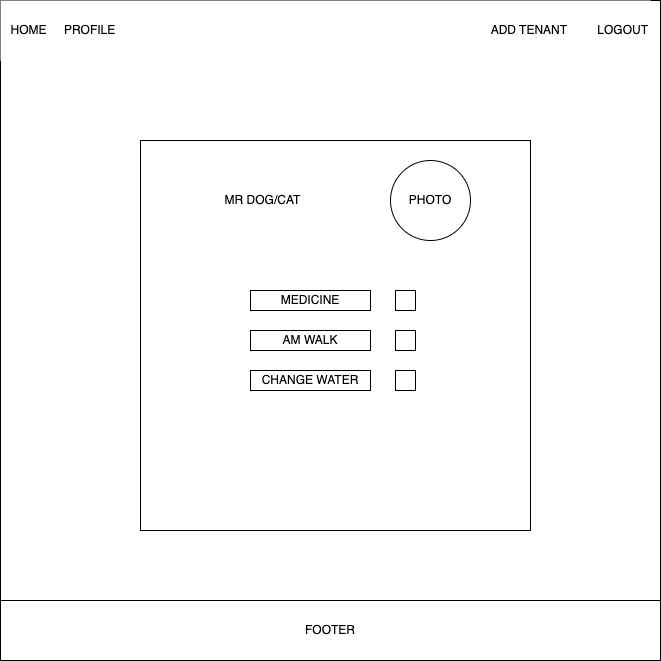
Earlier version of the draw.io export wireframes/tenant-screen.drawio.png (mHaines9219/ShelterHelper). Source tidied: cells renumbered, new cells last; positions are measured from the earlier drawing's top-left corner, leaving out a move shared by most shapes.
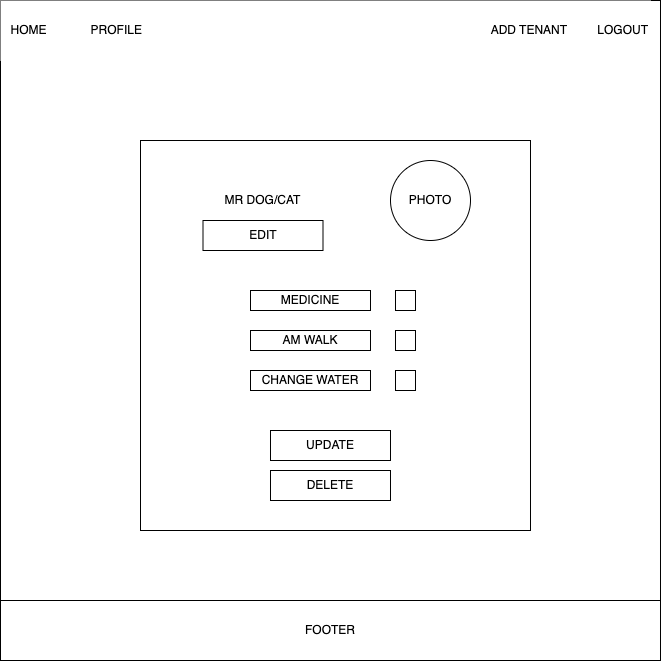
After the commit.

The edit, as a diff of the source:
```diff
@@ -5,7 +5,7 @@
     <mxCell id="2" style="whiteSpace=wrap;html=1;" parent="1" vertex="1">
       <mxGeometry width="660" height="660" as="geometry" />
     </mxCell>
-    <mxCell id="3" value="&lt;div style=&quot;&quot;&gt;&lt;span style=&quot;background-color: initial;&quot;&gt;HOME&lt;span style=&quot;white-space: pre;&quot;&gt;&#9;&lt;/span&gt;PROFILE&lt;span style=&quot;white-space: pre;&quot;&gt;&#9;&lt;/span&gt;&lt;span style=&quot;white-space: pre;&quot;&gt;&#9;&lt;/span&gt;&lt;span style=&quot;white-space: pre;&quot;&gt;&#9;&lt;/span&gt;&lt;span style=&quot;white-space: pre;&quot;&gt;&#9;&lt;/span&gt;&lt;span style=&quot;white-space: pre;&quot;&gt;&#9;&lt;/span&gt;&lt;span style=&quot;white-space: pre;&quot;&gt;&#9;&lt;/span&gt;&lt;span style=&quot;white-space: pre;&quot;&gt;&#9;&lt;/span&gt;&lt;span style=&quot;white-space: pre;&quot;&gt;&#9;&lt;/span&gt;&lt;span style=&quot;white-space: pre;&quot;&gt;&#9;&lt;/span&gt;&lt;span style=&quot;white-space: pre;&quot;&gt;&#9;&lt;/span&gt;&lt;span style=&quot;white-space: pre;&quot;&gt;&#9;&lt;/span&gt;&lt;span style=&quot;white-space: pre;&quot;&gt;&#9;&lt;span style=&quot;white-space: pre;&quot;&gt;&#9;&lt;/span&gt;&lt;span style=&quot;white-space: pre;&quot;&gt;&#9;&lt;/span&gt;&lt;span style=&quot;white-space: pre;&quot;&gt;&#9;&lt;/span&gt;A&lt;/span&gt;DD TENANT&lt;span style=&quot;white-space: pre;&quot;&gt;&#9;&lt;/span&gt;&lt;span style=&quot;white-space: pre;&quot;&gt;&#9;&lt;/span&gt;&lt;/span&gt;&lt;span style=&quot;background-color: initial;&quot;&gt;LOGOUT&lt;/span&gt;&lt;/div&gt;" style="rounded=0;whiteSpace=wrap;html=1;align=right;strokeColor=none;" parent="1" vertex="1">
+    <mxCell id="3" value="&lt;div style=&quot;&quot;&gt;&lt;span style=&quot;background-color: initial;&quot;&gt;HOME&lt;span style=&quot;white-space: pre;&quot;&gt;&#9;&lt;span style=&quot;white-space: pre;&quot;&gt;&#9;&lt;/span&gt;&lt;/span&gt;PROFILE&lt;span style=&quot;white-space: pre;&quot;&gt;&#9;&lt;/span&gt;&lt;span style=&quot;white-space: pre;&quot;&gt;&#9;&lt;/span&gt;&lt;span style=&quot;white-space: pre;&quot;&gt;&#9;&lt;/span&gt;&lt;span style=&quot;white-space: pre;&quot;&gt;&#9;&lt;/span&gt;&lt;span style=&quot;white-space: pre;&quot;&gt;&#9;&lt;/span&gt;&lt;span style=&quot;white-space: pre;&quot;&gt;&#9;&lt;/span&gt;&lt;span style=&quot;white-space: pre;&quot;&gt;&#9;&lt;/span&gt;&lt;span style=&quot;white-space: pre;&quot;&gt;&#9;&lt;/span&gt;&lt;span style=&quot;white-space: pre;&quot;&gt;&#9;&lt;/span&gt;&lt;span style=&quot;white-space: pre;&quot;&gt;&#9;&lt;/span&gt;&lt;span style=&quot;white-space: pre;&quot;&gt;&#9;&lt;span style=&quot;white-space: pre;&quot;&gt;&#9;&lt;/span&gt;&lt;span style=&quot;white-space: pre;&quot;&gt;&#9;&lt;/span&gt;&lt;span style=&quot;white-space: pre;&quot;&gt;&#9;&lt;/span&gt;A&lt;/span&gt;DD TENANT&lt;span style=&quot;white-space: pre;&quot;&gt;&#9;&lt;/span&gt;&lt;span style=&quot;white-space: pre;&quot;&gt;&#9;&lt;/span&gt;&lt;/span&gt;&lt;span style=&quot;background-color: initial;&quot;&gt;LOGOUT&lt;/span&gt;&lt;/div&gt;" style="rounded=0;whiteSpace=wrap;html=1;align=right;strokeColor=none;" parent="1" vertex="1">
       <mxGeometry width="650" height="60" as="geometry" />
     </mxCell>
     <mxCell id="4" value="FOOTER" style="rounded=0;whiteSpace=wrap;html=1;" parent="1" vertex="1">
@@ -38,5 +38,14 @@
     <mxCell id="13" value="CHANGE WATER" style="rounded=0;whiteSpace=wrap;html=1;" parent="1" vertex="1">
       <mxGeometry x="250" y="370" width="120" height="20" as="geometry" />
     </mxCell>
+    <mxCell id="14" value="EDIT" style="rounded=0;whiteSpace=wrap;html=1;" parent="1" vertex="1">
+      <mxGeometry x="202.5" y="220" width="120" height="30" as="geometry" />
+    </mxCell>
+    <mxCell id="15" value="UPDATE" style="rounded=0;whiteSpace=wrap;html=1;" parent="1" vertex="1">
+      <mxGeometry x="270" y="430" width="120" height="30" as="geometry" />
+    </mxCell>
+    <mxCell id="16" value="DELETE" style="rounded=0;whiteSpace=wrap;html=1;" parent="1" vertex="1">
+      <mxGeometry x="270" y="470" width="120" height="30" as="geometry" />
+    </mxCell>
   </root>
 </mxGraphModel>
```
